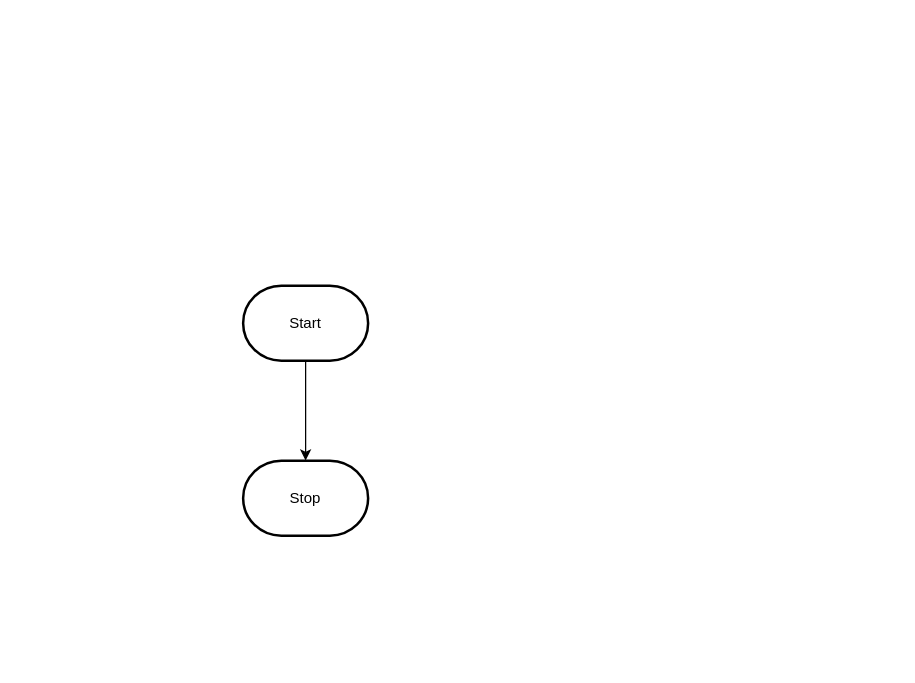
Above: design/flowchart.drawio in MTHS-ICD2O-1-2023/ICD2O-Unit-3-02-Gabriel-Zanardi (draw.io), before the change. Source tidied: cells renumbered, new cells numbered last; positions are measured from the earlier drawing's top-left corner, leaving out a move shared by most shapes. Both pictures are drawn from the tidied source at 125%, with x=0, y=0 at pixel (242, 285).
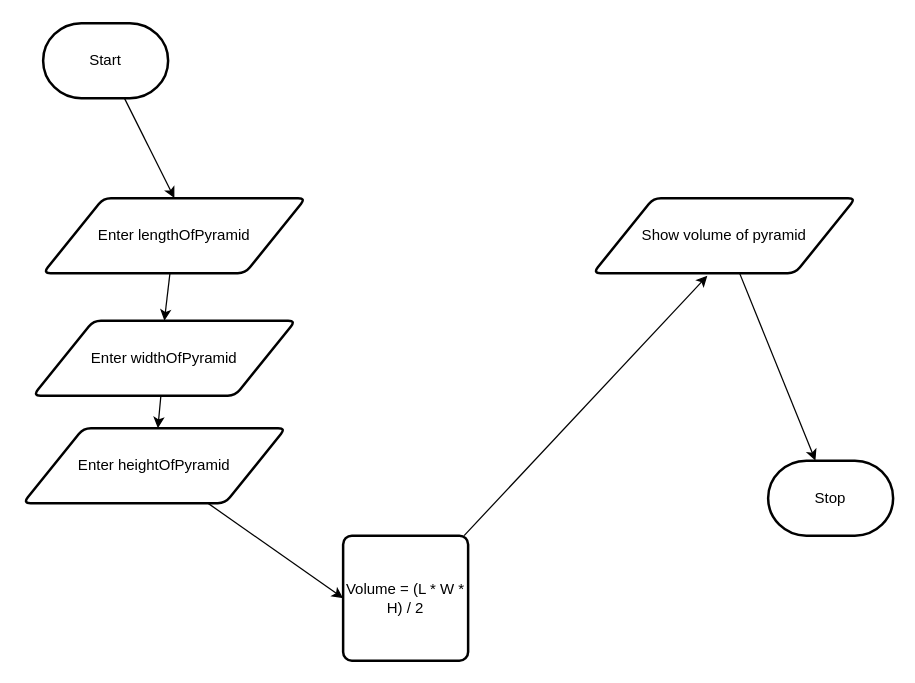
Above is the later version.

Commit message:
finished flow chart

The edit, as a diff of the source:
```diff
@@
 <mxGraphModel>
   <root>
     <mxCell id="0" />
     <mxCell id="1" parent="0" />
-    <mxCell id="2" style="edgeStyle=orthogonalEdgeStyle;html=1;rounded=0;" parent="1" edge="1" source="3" target="4">
-      <mxGeometry relative="1" as="geometry" />
-    </mxCell>
+    <mxCell id="5" style="edgeStyle=none;html=1;entryX=0.5;entryY=0;entryDx=0;entryDy=0;" parent="1" edge="1" source="3" target="2">
+      <mxGeometry relative="1" as="geometry" />
+    </mxCell>
     <mxCell id="3" value="Start" style="strokeWidth=2;html=1;shape=mxgraph.flowchart.terminator;whiteSpace=wrap;" parent="1" vertex="1">
-      <mxGeometry width="100" height="60" as="geometry" />
+      <mxGeometry x="-160" y="-210" width="100" height="60" as="geometry" />
     </mxCell>
     <mxCell id="4" value="Stop" style="strokeWidth=2;html=1;shape=mxgraph.flowchart.terminator;whiteSpace=wrap;" parent="1" vertex="1">
-      <mxGeometry y="140" width="100" height="60" as="geometry" />
+      <mxGeometry x="420" y="140" width="100" height="60" as="geometry" />
     </mxCell>
+    <mxCell id="6" style="edgeStyle=none;html=1;entryX=0.5;entryY=0;entryDx=0;entryDy=0;" parent="1" edge="1" source="2" target="8">
+      <mxGeometry relative="1" as="geometry" />
+    </mxCell>
+    <mxCell id="2" value="Enter lengthOfPyramid" style="shape=parallelogram;html=1;strokeWidth=2;perimeter=parallelogramPerimeter;whiteSpace=wrap;rounded=1;arcSize=12;size=0.23;" parent="1" vertex="1">
+      <mxGeometry x="-160" y="-70" width="210" height="60" as="geometry" />
+    </mxCell>
+    <mxCell id="7" style="edgeStyle=none;html=1;" parent="1" edge="1" source="8" target="10">
+      <mxGeometry relative="1" as="geometry" />
+    </mxCell>
+    <mxCell id="8" value="Enter widthOfPyramid" style="shape=parallelogram;html=1;strokeWidth=2;perimeter=parallelogramPerimeter;whiteSpace=wrap;rounded=1;arcSize=12;size=0.23;" parent="1" vertex="1">
+      <mxGeometry x="-168" y="28" width="210" height="60" as="geometry" />
+    </mxCell>
+    <mxCell id="9" style="edgeStyle=none;html=1;entryX=0;entryY=0.5;entryDx=0;entryDy=0;" parent="1" edge="1" source="10" target="12">
+      <mxGeometry relative="1" as="geometry" />
+    </mxCell>
+    <mxCell id="10" value="Enter heightOfPyramid" style="shape=parallelogram;html=1;strokeWidth=2;perimeter=parallelogramPerimeter;whiteSpace=wrap;rounded=1;arcSize=12;size=0.23;" parent="1" vertex="1">
+      <mxGeometry x="-176" y="114" width="210" height="60" as="geometry" />
+    </mxCell>
+    <mxCell id="11" style="edgeStyle=none;html=1;entryX=0.435;entryY=1.035;entryDx=0;entryDy=0;entryPerimeter=0;" parent="1" edge="1" source="12" target="14">
+      <mxGeometry relative="1" as="geometry" />
+    </mxCell>
+    <mxCell id="12" value="Volume = (L * W * H) / 2" style="rounded=1;whiteSpace=wrap;html=1;absoluteArcSize=1;arcSize=14;strokeWidth=2;" parent="1" vertex="1">
+      <mxGeometry x="80" y="200" width="100" height="100" as="geometry" />
+    </mxCell>
+    <mxCell id="13" style="edgeStyle=none;html=1;" parent="1" edge="1" source="14" target="4">
+      <mxGeometry relative="1" as="geometry" />
+    </mxCell>
+    <mxCell id="14" value="Show volume of pyramid" style="shape=parallelogram;html=1;strokeWidth=2;perimeter=parallelogramPerimeter;whiteSpace=wrap;rounded=1;arcSize=12;size=0.23;" parent="1" vertex="1">
+      <mxGeometry x="280" y="-70" width="210" height="60" as="geometry" />
+    </mxCell>
   </root>
 </mxGraphModel>
```
